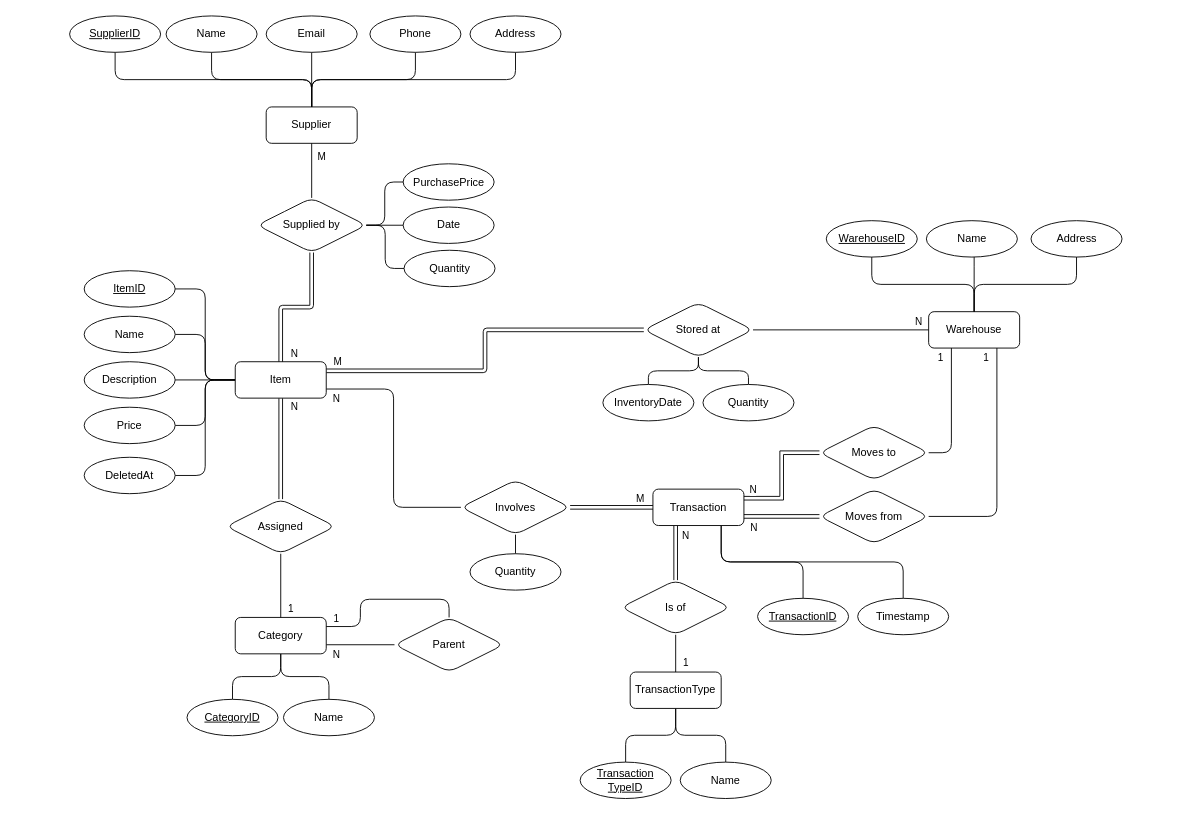
N30A/inventory-system keeps this draw.io diagram as page "Entity Relationship" (1 of 2) of resources/diagrams.drawio. Above is the earlier version. Source tidied: cells renumbered, new cells numbered last; positions are measured from the earlier drawing's top-left corner, leaving out a move shared by most shapes. Both pictures are drawn from the tidied source at 91%, with x=0, y=0 at pixel (69, 15).
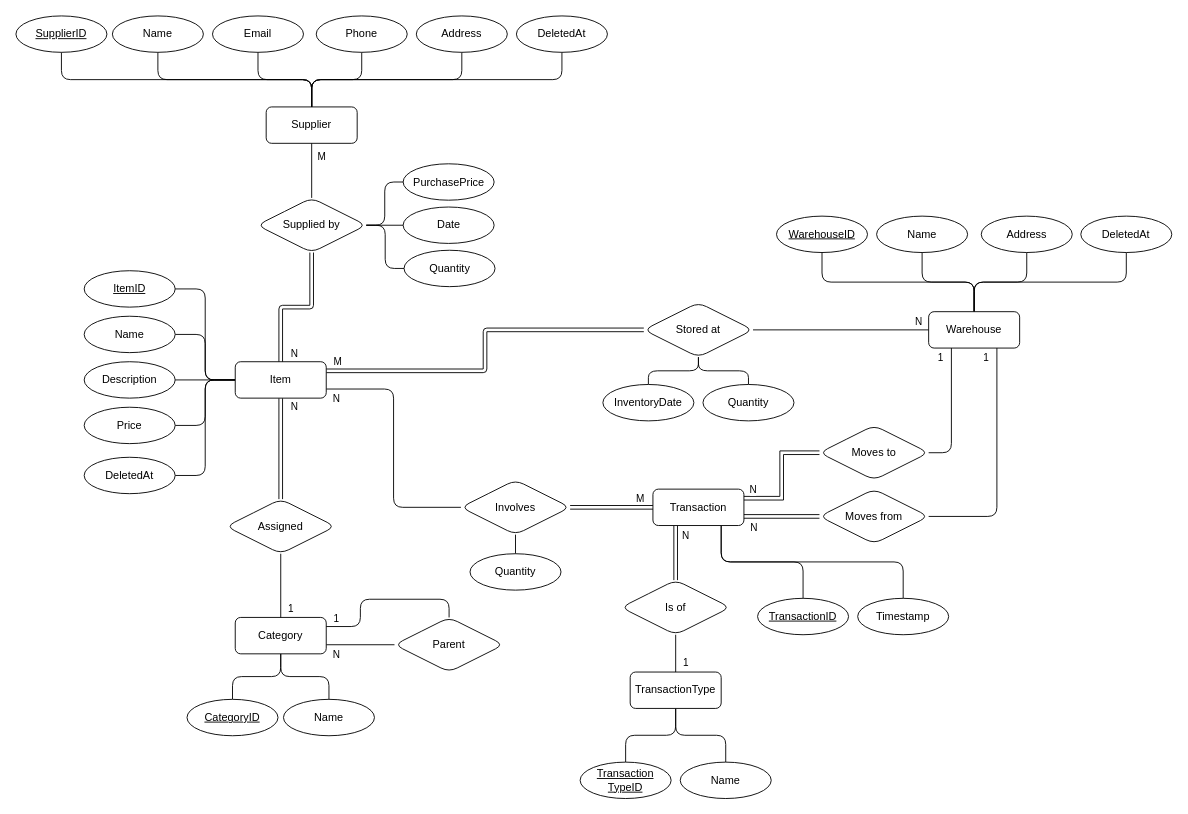
The same diagram, later.

The change refers to these unchanged cells:
```xml
<mxCell id="21" value="Warehouse" style="whiteSpace=wrap;html=1;align=center;rounded=1;labelBackgroundColor=none;" parent="1" vertex="1">
  <mxGeometry x="944" y="325" width="100" height="40" as="geometry" />
</mxCell>
<mxCell id="40" value="Supplier" style="whiteSpace=wrap;html=1;align=center;rounded=1;labelBackgroundColor=none;" parent="1" vertex="1">
  <mxGeometry x="216" y="100" width="100" height="40" as="geometry" />
</mxCell>
```

Change to the diagram source:
```diff
@@
+    <mxCell id="98" style="edgeStyle=orthogonalEdgeStyle;rounded=1;jettySize=auto;html=1;entryX=0.5;entryY=1;entryDx=0;entryDy=0;endArrow=none;startFill=0;" parent="1" edge="1" source="21" target="25">
+      <mxGeometry relative="1" as="geometry" />
+    </mxCell>
+    <mxCell id="99" style="edgeStyle=orthogonalEdgeStyle;rounded=1;jettySize=auto;html=1;exitX=0.5;exitY=0;exitDx=0;exitDy=0;entryX=0.5;entryY=1;entryDx=0;entryDy=0;endArrow=none;startFill=0;" parent="1" edge="1" source="21" target="34">
+      <mxGeometry relative="1" as="geometry" />
+    </mxCell>
+    <mxCell id="100" style="edgeStyle=orthogonalEdgeStyle;rounded=1;jettySize=auto;html=1;exitX=0.5;exitY=0;exitDx=0;exitDy=0;entryX=0.5;entryY=1;entryDx=0;entryDy=0;endArrow=none;startFill=0;" parent="1" edge="1" source="21" target="104">
+      <mxGeometry relative="1" as="geometry" />
+    </mxCell>
+    <mxCell id="101" style="edgeStyle=orthogonalEdgeStyle;rounded=1;jettySize=auto;html=1;exitX=0.5;exitY=0;exitDx=0;exitDy=0;entryX=0.5;entryY=1;entryDx=0;entryDy=0;endArrow=none;startFill=0;" parent="1" edge="1" source="21" target="23">
+      <mxGeometry relative="1" as="geometry" />
+    </mxCell>
@@
-    <mxCell id="22" style="edgeStyle=orthogonalEdgeStyle;rounded=1;jettySize=auto;html=1;entryX=0.5;entryY=0;entryDx=0;entryDy=0;endArrow=none;startFill=0;exitX=0.5;exitY=1;exitDx=0;exitDy=0;" parent="1" edge="1" source="23" target="21">
-      <mxGeometry relative="1" as="geometry">
-        <Array as="points">
-          <mxPoint x="882" y="295" />
-          <mxPoint x="994" y="295" />
-        </Array>
-      </mxGeometry>
-    </mxCell>
     <mxCell id="23" value="WarehouseID" style="ellipse;whiteSpace=wrap;html=1;align=center;fontStyle=4;rounded=1;labelBackgroundColor=none;" parent="1" vertex="1">
-      <mxGeometry x="831.5" y="225" width="100" height="40" as="geometry" />
+      <mxGeometry x="776.8" y="220" width="100" height="40" as="geometry" />
     </mxCell>
-    <mxCell id="24" style="edgeStyle=orthogonalEdgeStyle;rounded=1;jettySize=auto;html=1;entryX=0.5;entryY=0;entryDx=0;entryDy=0;endArrow=none;startFill=0;" parent="1" edge="1" source="25" target="21">
-      <mxGeometry relative="1" as="geometry">
-        <Array as="points">
-          <mxPoint x="994" y="285" />
-          <mxPoint x="994" y="285" />
-        </Array>
-      </mxGeometry>
-    </mxCell>
     <mxCell id="25" value="Name" style="ellipse;whiteSpace=wrap;html=1;align=center;rounded=1;labelBackgroundColor=none;" parent="1" vertex="1">
-      <mxGeometry x="941.5" y="225" width="100" height="40" as="geometry" />
+      <mxGeometry x="886.8" y="220" width="100" height="40" as="geometry" />
     </mxCell>
@@
-    <mxCell id="33" style="edgeStyle=orthogonalEdgeStyle;rounded=1;jettySize=auto;html=1;entryX=0.5;entryY=0;entryDx=0;entryDy=0;endArrow=none;startFill=0;curved=0;exitX=0.5;exitY=1;exitDx=0;exitDy=0;" parent="1" edge="1" source="34" target="21">
-      <mxGeometry relative="1" as="geometry">
-        <Array as="points">
-          <mxPoint x="1107" y="295" />
-          <mxPoint x="994" y="295" />
-        </Array>
-      </mxGeometry>
-    </mxCell>
     <mxCell id="34" value="Address" style="ellipse;whiteSpace=wrap;html=1;align=center;rounded=1;labelBackgroundColor=none;" parent="1" vertex="1">
-      <mxGeometry x="1056.5" y="225" width="100" height="40" as="geometry" />
+      <mxGeometry x="1001.8" y="220" width="100" height="40" as="geometry" />
     </mxCell>
@@
     <mxCell id="41" value="Name" style="ellipse;whiteSpace=wrap;html=1;align=center;rounded=1;labelBackgroundColor=none;" parent="1" vertex="1">
-      <mxGeometry x="106" width="100" height="40" as="geometry" />
+      <mxGeometry x="47" width="100" height="40" as="geometry" />
     </mxCell>
     <mxCell id="42" value="SupplierID" style="ellipse;whiteSpace=wrap;html=1;align=center;fontStyle=4;rounded=1;labelBackgroundColor=none;" parent="1" vertex="1">
-      <mxGeometry width="100" height="40" as="geometry" />
+      <mxGeometry x="-59" width="100" height="40" as="geometry" />
     </mxCell>
     <mxCell id="43" value="Email" style="ellipse;whiteSpace=wrap;html=1;align=center;rounded=1;labelBackgroundColor=none;" parent="1" vertex="1">
-      <mxGeometry x="216" width="100" height="40" as="geometry" />
+      <mxGeometry x="157" width="100" height="40" as="geometry" />
     </mxCell>
     <mxCell id="44" value="Phone" style="ellipse;whiteSpace=wrap;html=1;align=center;rounded=1;labelBackgroundColor=none;" parent="1" vertex="1">
-      <mxGeometry x="330" width="100" height="40" as="geometry" />
+      <mxGeometry x="271" width="100" height="40" as="geometry" />
     </mxCell>
     <mxCell id="45" value="Address" style="ellipse;whiteSpace=wrap;html=1;align=center;rounded=1;labelBackgroundColor=none;" parent="1" vertex="1">
-      <mxGeometry x="440" width="100" height="40" as="geometry" />
+      <mxGeometry x="381" width="100" height="40" as="geometry" />
     </mxCell>
@@
+    <mxCell id="102" style="edgeStyle=orthogonalEdgeStyle;rounded=1;jettySize=auto;html=1;endArrow=none;startFill=0;exitX=0.5;exitY=1;exitDx=0;exitDy=0;" parent="1" edge="1" source="103" target="40">
+      <mxGeometry relative="1" as="geometry">
+        <Array as="points">
+          <mxPoint x="541" y="70" />
+          <mxPoint x="266" y="70" />
+        </Array>
+      </mxGeometry>
+    </mxCell>
+    <mxCell id="103" value="DeletedAt" style="ellipse;whiteSpace=wrap;html=1;align=center;rounded=1;labelBackgroundColor=none;" parent="1" vertex="1">
+      <mxGeometry x="491" width="100" height="40" as="geometry" />
+    </mxCell>
+    <mxCell id="104" value="DeletedAt" style="ellipse;whiteSpace=wrap;html=1;align=center;rounded=1;labelBackgroundColor=none;" parent="1" vertex="1">
+      <mxGeometry x="1111.2" y="220" width="100" height="40" as="geometry" />
+    </mxCell>
```
